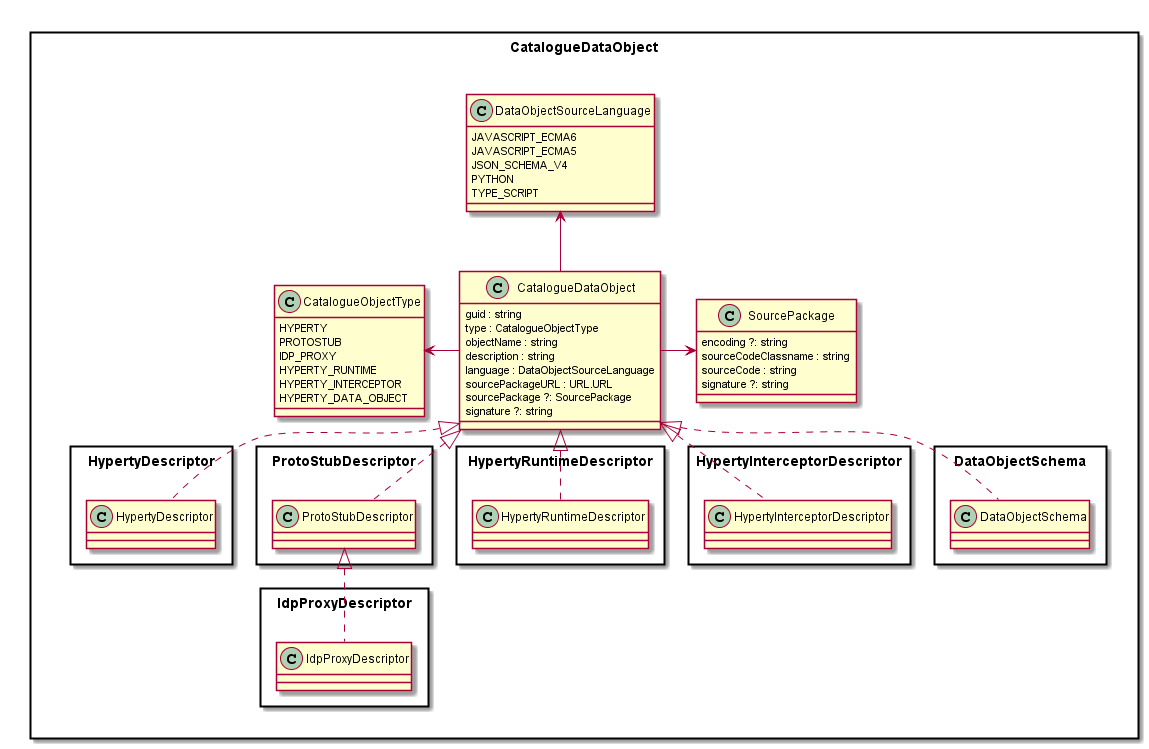
Above: docs/datamodel/Catalogue-Data-Object.png in reTHINK-project/dev-service-framework (PlantUML), before the change.
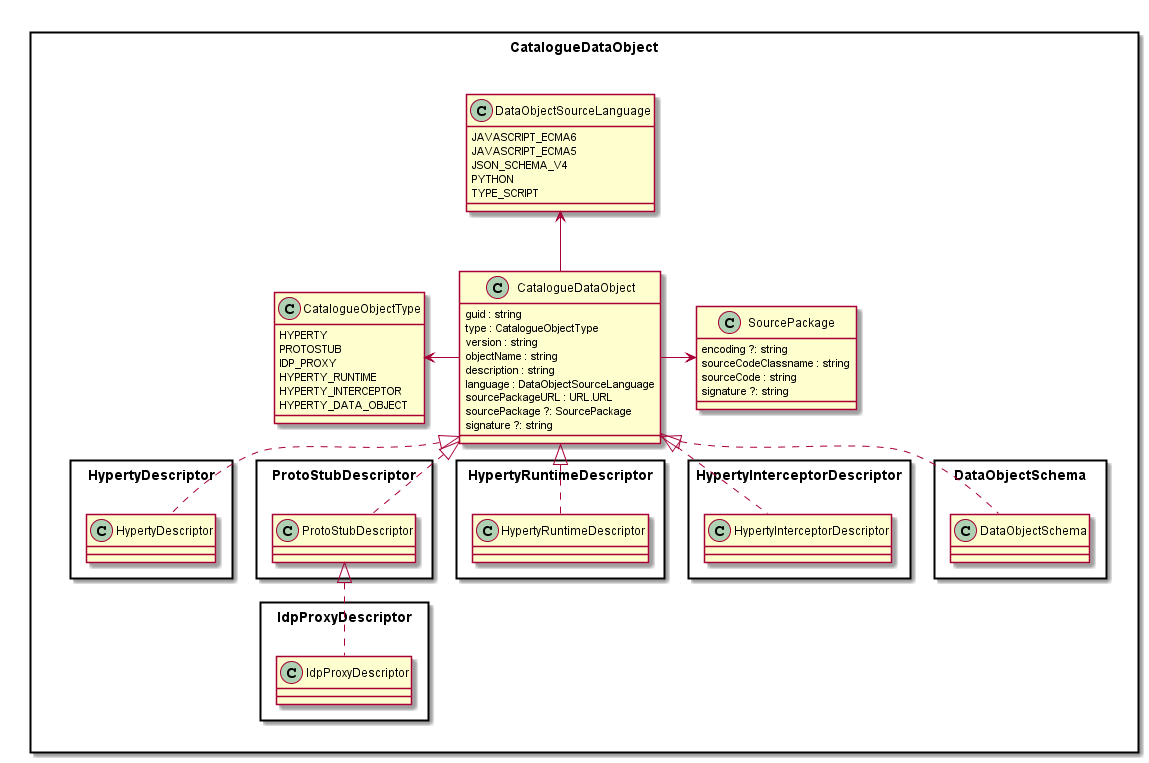
The same diagram one commit later.

The edit, as a diff of the source:
```diff
@@ -5,6 +5,7 @@
 	class CatalogueDataObject {
 		guid : string
 		type : CatalogueObjectType
+		version : string
 		objectName : string
 		description : string
 		language : DataObjectSourceLanguage
```
